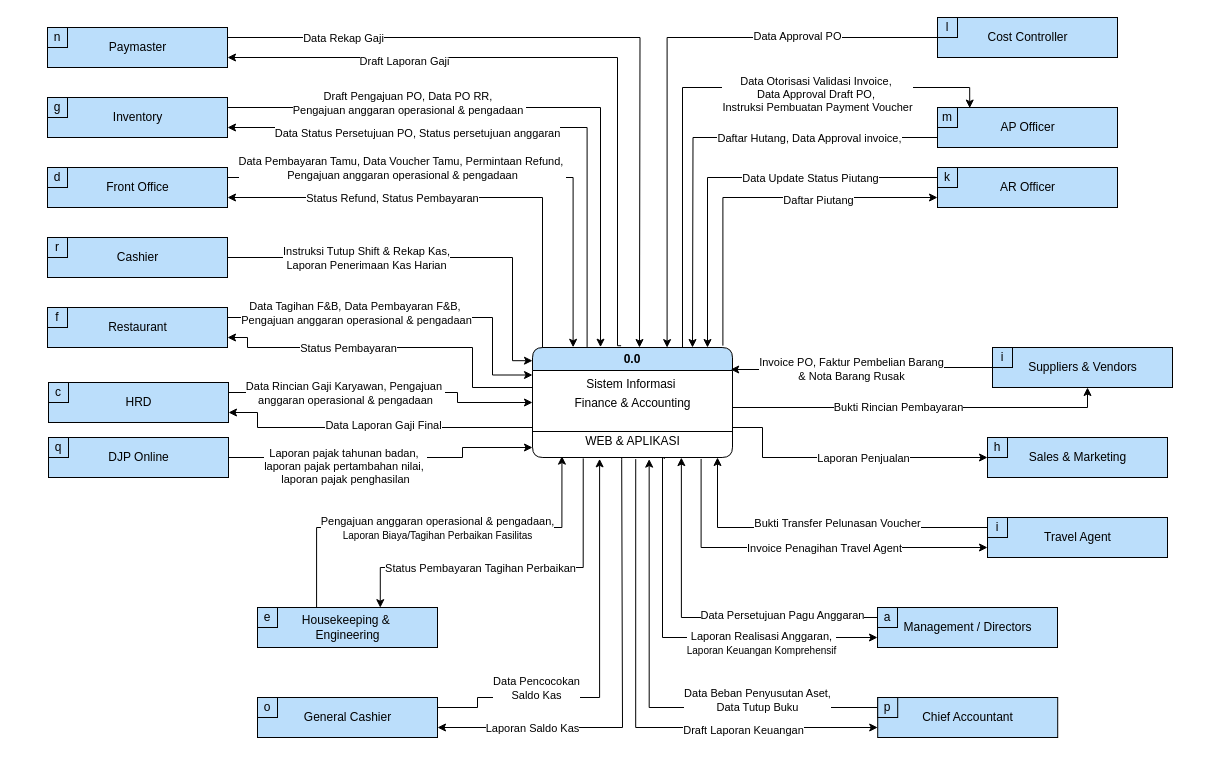
Earlier version of the draw.io diagram page "Diagram Konteks" (7 of 10) of DFD-FINANCE-MARU.drawio (elikawicaksana/BuildIT_BasisData). Source tidied: cells renumbered, new cells numbered last; positions are measured from the earlier drawing's top-left corner, leaving out a move shared by most shapes. Both pictures are drawn from the tidied source at 100%, with x=0, y=0 at pixel (47, 17).
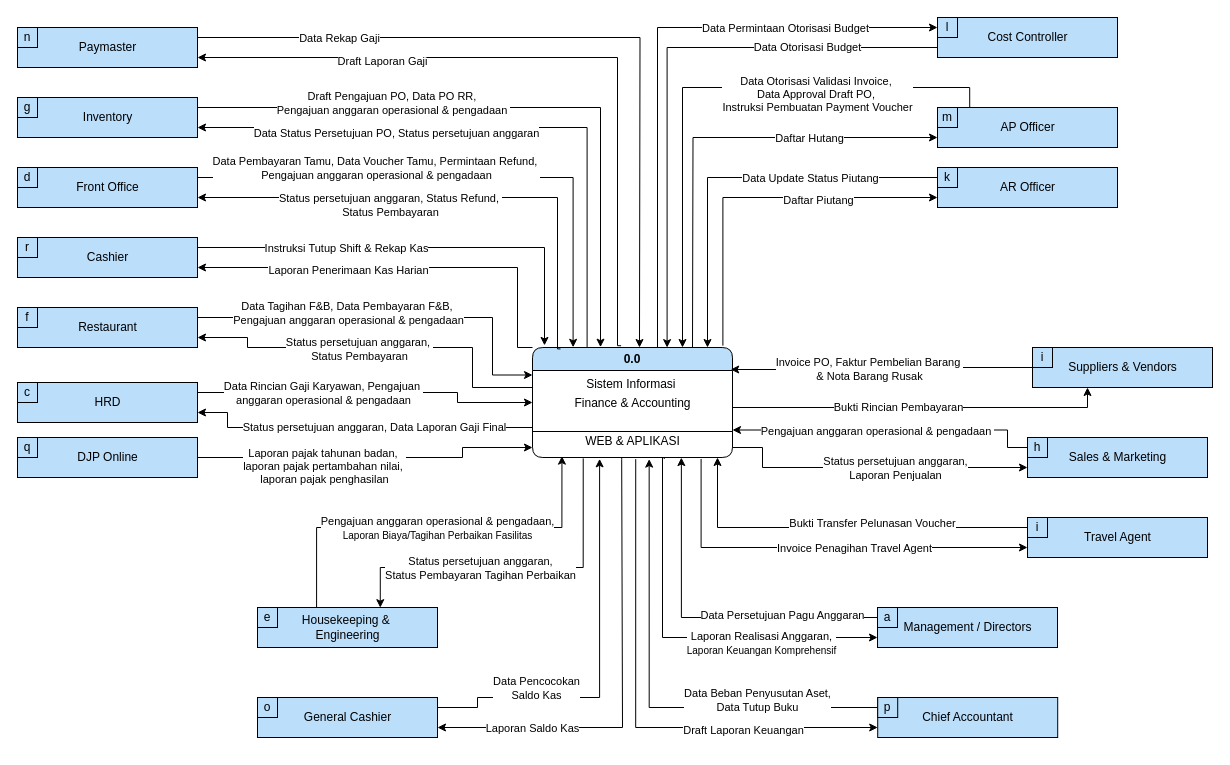
Above is the later version.

The change refers to these unchanged cells:
```xml
<mxCell id="3" value="0.0" style="swimlane;whiteSpace=wrap;html=1;fillColor=#bbdefb;rounded=1;" parent="2" vertex="1">
  <mxGeometry width="200" height="110" as="geometry" />
</mxCell>
<mxCell id="18" style="edgeStyle=orthogonalEdgeStyle;rounded=0;jettySize=auto;html=1;entryX=0.798;entryY=0.004;entryDx=0;entryDy=0;entryPerimeter=0;exitX=0.148;exitY=1.01;exitDx=0;exitDy=0;exitPerimeter=0;" parent="1" edge="1" source="4" target="59">
  <mxGeometry relative="1" as="geometry">
    <Array as="points">
      <mxPoint x="536" y="550" />
      <mxPoint x="333" y="550" />
    </Array>
  </mxGeometry>
</mxCell>
<mxCell id="38" style="edgeStyle=orthogonalEdgeStyle;rounded=0;jettySize=auto;html=1;exitX=1;exitY=0.25;exitDx=0;exitDy=0;" parent="1" edge="1" source="134">
  <mxGeometry relative="1" as="geometry">
    <mxPoint x="592" y="330" as="targetPoint" />
  </mxGeometry>
</mxCell>
<mxCell id="54" style="rounded=0;whiteSpace=wrap;html=1;fillColor=#bbdefb;" parent="53" vertex="1">
  <mxGeometry x="-30" width="180" height="40" as="geometry" />
</mxCell>
<mxCell id="62" style="rounded=0;whiteSpace=wrap;html=1;fillColor=#bbdefb;" parent="61" vertex="1">
  <mxGeometry x="-30" width="180" height="40" as="geometry" />
</mxCell>
<mxCell id="70" style="rounded=0;whiteSpace=wrap;html=1;fillColor=#bbdefb;" parent="69" vertex="1">
  <mxGeometry x="-30" width="180" height="40" as="geometry" />
</mxCell>
<mxCell id="72" value="h" style="rounded=0;whiteSpace=wrap;html=1;labelBackgroundColor=none;fillColor=light-dark(#bbdefb, #193750);strokeColor=#000000;" parent="69" vertex="1">
  <mxGeometry x="-30" width="20" height="20" as="geometry" />
</mxCell>
<mxCell id="90" style="rounded=0;whiteSpace=wrap;html=1;fillColor=#bbdefb;" parent="89" vertex="1">
  <mxGeometry x="-30" width="180" height="40" as="geometry" />
</mxCell>
<mxCell id="92" value="l" style="rounded=0;whiteSpace=wrap;html=1;labelBackgroundColor=none;fillColor=light-dark(#bbdefb, #193750);strokeColor=#000000;" parent="88" vertex="1">
  <mxGeometry width="20" height="20" as="geometry" />
</mxCell>
<mxCell id="95" style="rounded=0;whiteSpace=wrap;html=1;fillColor=#bbdefb;" parent="94" vertex="1">
  <mxGeometry x="-30" width="180" height="40" as="geometry" />
</mxCell>
<mxCell id="109" style="rounded=0;whiteSpace=wrap;html=1;fillColor=#bbdefb;" parent="108" vertex="1">
  <mxGeometry width="180" height="40" as="geometry" />
</mxCell>
<mxCell id="119" value="i" style="rounded=0;whiteSpace=wrap;html=1;labelBackgroundColor=none;fillColor=light-dark(#bbdefb, #193750);strokeColor=#000000;" parent="116" vertex="1">
  <mxGeometry width="20" height="20" as="geometry" />
</mxCell>
<mxCell id="128" style="edgeStyle=orthogonalEdgeStyle;rounded=0;jettySize=auto;html=1;entryX=0;entryY=0.25;entryDx=0;entryDy=0;exitX=1;exitY=0.25;exitDx=0;exitDy=0;" parent="1" edge="1" source="75" target="3">
  <mxGeometry relative="1" as="geometry">
    <Array as="points">
      <mxPoint x="445" y="300" />
      <mxPoint x="445" y="357" />
    </Array>
  </mxGeometry>
</mxCell>
<mxCell id="130" style="edgeStyle=orthogonalEdgeStyle;rounded=0;jettySize=auto;html=1;exitX=0;exitY=0.5;exitDx=0;exitDy=0;entryX=1;entryY=0.75;entryDx=0;entryDy=0;" parent="1" edge="1" source="3" target="75">
  <mxGeometry relative="1" as="geometry">
    <Array as="points">
      <mxPoint x="485" y="370" />
      <mxPoint x="425" y="370" />
      <mxPoint x="425" y="330" />
      <mxPoint x="200" y="330" />
      <mxPoint x="200" y="320" />
    </Array>
  </mxGeometry>
</mxCell>
```

What changed in the source:
```diff
@@
-    <mxCell id="10" style="edgeStyle=orthogonalEdgeStyle;rounded=0;jettySize=auto;html=1;endArrow=none;endFill=0;startArrow=classic;startFill=1;exitX=0;exitY=1;exitDx=0;exitDy=0;" parent="1" edge="1" source="72">
+    <mxCell id="10" style="edgeStyle=orthogonalEdgeStyle;rounded=0;jettySize=auto;html=1;endArrow=none;endFill=0;startArrow=classic;startFill=1;exitX=0;exitY=0.75;exitDx=0;exitDy=0;" parent="1" edge="1" source="70">
       <mxGeometry relative="1" as="geometry">
-        <mxPoint x="685" y="410" as="targetPoint" />
+        <mxPoint x="685" y="430" as="targetPoint" />
         <Array as="points">
-          <mxPoint x="715" y="440" />
-          <mxPoint x="715" y="410" />
+          <mxPoint x="715" y="450" />
+          <mxPoint x="715" y="430" />
         </Array>
       </mxGeometry>
     </mxCell>
-    <mxCell id="11" value="&lt;span&gt;Laporan Penjualan&lt;/span&gt;" style="edgeLabel;html=1;align=center;verticalAlign=middle;fontSize=11;" parent="10" vertex="1">
+    <mxCell id="11" value="Status persetujuan anggaran,&lt;div&gt;&lt;span&gt;Laporan Penjualan&lt;/span&gt;&lt;/div&gt;" style="edgeLabel;html=1;align=center;verticalAlign=middle;fontSize=11;" parent="10" vertex="1">
       <mxGeometry x="-0.44" y="-2" relative="1" as="geometry">
         <mxPoint x="-45" y="2" as="offset" />
       </mxGeometry>
     </mxCell>
@@
-    <mxCell id="19" value="&lt;font&gt;Status Pembayaran&amp;nbsp;&lt;/font&gt;&lt;span style=&quot;background-color: light-dark(#ffffff, var(--ge-dark-color, #121212)); color: light-dark(rgb(0, 0, 0), rgb(255, 255, 255));&quot;&gt;Tagihan Perbaikan&lt;/span&gt;" style="edgeLabel;html=1;align=center;verticalAlign=middle;fontSize=11;" parent="18" vertex="1">
+    <mxCell id="19" value="&lt;font&gt;Status persetujuan anggaran,&lt;/font&gt;&lt;div&gt;&lt;font&gt;Status Pembayaran&amp;nbsp;&lt;/font&gt;&lt;span style=&quot;background-color: light-dark(#ffffff, var(--ge-dark-color, #121212)); color: light-dark(rgb(0, 0, 0), rgb(255, 255, 255));&quot;&gt;Tagihan Perbaikan&lt;/span&gt;&lt;/div&gt;" style="edgeLabel;html=1;align=center;verticalAlign=middle;fontSize=11;" parent="18" vertex="1">
       <mxGeometry y="3" relative="1" as="geometry">
         <mxPoint x="-36" y="-3" as="offset" />
       </mxGeometry>
     </mxCell>
@@
-    <mxCell id="24" style="edgeStyle=orthogonalEdgeStyle;rounded=0;jettySize=auto;html=1;exitX=0;exitY=0.5;exitDx=0;exitDy=0;entryX=0.991;entryY=0.2;entryDx=0;entryDy=0;entryPerimeter=0;" parent="1" edge="1" target="3">
+    <mxCell id="24" style="edgeStyle=orthogonalEdgeStyle;rounded=0;jettySize=auto;html=1;exitX=0;exitY=1;exitDx=0;exitDy=0;entryX=0.991;entryY=0.2;entryDx=0;entryDy=0;entryPerimeter=0;" parent="1" edge="1" source="119" target="3">
       <mxGeometry relative="1" as="geometry">
-        <mxPoint x="945" y="350" as="sourcePoint" />
         <Array as="points">
           <mxPoint x="775" y="350" />
           <mxPoint x="775" y="352" />
         </Array>
       </mxGeometry>
     </mxCell>
-    <mxCell id="25" value="Invoice PO, Faktur Pembelian Barang&lt;div&gt;&amp;amp; Nota Barang Rusak&lt;/div&gt;" style="edgeLabel;html=1;align=center;verticalAlign=middle;" parent="24" vertex="1">
+    <mxCell id="25" value="Invoice PO, Faktur Pembelian Barang&amp;nbsp;&lt;div&gt;&lt;span style=&quot;background-color: light-dark(#ffffff, var(--ge-dark-color, #121212)); color: light-dark(rgb(0, 0, 0), rgb(255, 255, 255));&quot;&gt;&amp;amp; Nota Barang Rusak&lt;/span&gt;&lt;/div&gt;" style="edgeLabel;html=1;align=center;verticalAlign=middle;" parent="24" vertex="1">
       <mxGeometry x="0.08" y="1" relative="1" as="geometry" />
     </mxCell>
-    <mxCell id="26" style="edgeStyle=orthogonalEdgeStyle;rounded=0;jettySize=auto;html=1;entryX=1;entryY=0.75;entryDx=0;entryDy=0;" parent="1" edge="1" source="3" target="109">
+    <mxCell id="26" style="edgeStyle=orthogonalEdgeStyle;rounded=0;jettySize=auto;html=1;entryX=1;entryY=0.75;entryDx=0;entryDy=0;exitX=0.14;exitY=0.013;exitDx=0;exitDy=0;exitPerimeter=0;" parent="1" edge="1" source="3" target="109">
       <mxGeometry relative="1" as="geometry">
         <Array as="points">
-          <mxPoint x="495" y="180" />
+          <mxPoint x="510" y="331" />
+          <mxPoint x="510" y="180" />
         </Array>
       </mxGeometry>
     </mxCell>
-    <mxCell id="27" value="Status Refund, Status Pembayaran" style="edgeLabel;html=1;align=center;verticalAlign=middle;" parent="26" vertex="1">
+    <mxCell id="27" value="&lt;font&gt;Status persetujuan anggaran, Status Refund,&amp;nbsp;&lt;/font&gt;&lt;div&gt;&lt;font&gt;Status Pembayaran&lt;/font&gt;&lt;/div&gt;" style="edgeLabel;html=1;align=center;verticalAlign=middle;" parent="26" vertex="1">
       <mxGeometry x="-0.16" y="-2" relative="1" as="geometry">
-        <mxPoint x="-106" y="2" as="offset" />
+        <mxPoint x="-106" y="9" as="offset" />
       </mxGeometry>
     </mxCell>
-    <mxCell id="28" style="edgeStyle=orthogonalEdgeStyle;rounded=0;jettySize=auto;html=1;entryX=0.673;entryY=0.001;entryDx=0;entryDy=0;entryPerimeter=0;exitX=0;exitY=1;exitDx=0;exitDy=0;" parent="1" edge="1" source="92" target="3">
+    <mxCell id="28" style="edgeStyle=orthogonalEdgeStyle;rounded=0;jettySize=auto;html=1;entryX=0.673;entryY=0.001;entryDx=0;entryDy=0;entryPerimeter=0;exitX=0;exitY=0.75;exitDx=0;exitDy=0;" parent="1" edge="1" source="90" target="3">
       <mxGeometry relative="1" as="geometry">
         <Array as="points">
-          <mxPoint x="620" y="20" />
+          <mxPoint x="620" y="30" />
         </Array>
       </mxGeometry>
     </mxCell>
-    <mxCell id="29" value="Data Approval PO" style="edgeLabel;html=1;align=center;verticalAlign=middle;" parent="28" vertex="1">
+    <mxCell id="29" value="Data Otorisasi Budget" style="edgeLabel;html=1;align=center;verticalAlign=middle;" parent="28" vertex="1">
       <mxGeometry x="0.14" y="3" relative="1" as="geometry">
-        <mxPoint x="127" y="-62" as="offset" />
+        <mxPoint x="137" y="-55" as="offset" />
       </mxGeometry>
     </mxCell>
@@
-    <mxCell id="34" style="edgeStyle=orthogonalEdgeStyle;rounded=0;jettySize=auto;html=1;entryX=0.75;entryY=0;entryDx=0;entryDy=0;startArrow=classic;startFill=1;endArrow=none;endFill=0;exitX=0.179;exitY=0.014;exitDx=0;exitDy=0;exitPerimeter=0;" parent="1" edge="1" source="95" target="3">
+    <mxCell id="34" style="edgeStyle=orthogonalEdgeStyle;rounded=0;jettySize=auto;html=1;entryX=0.75;entryY=0;entryDx=0;entryDy=0;startArrow=none;startFill=0;endArrow=classic;endFill=1;exitX=0.179;exitY=0.014;exitDx=0;exitDy=0;exitPerimeter=0;" parent="1" edge="1" source="95" target="3">
       <mxGeometry relative="1" as="geometry" />
     </mxCell>
@@
-    <mxCell id="36" style="edgeStyle=orthogonalEdgeStyle;rounded=0;jettySize=auto;html=1;exitX=0;exitY=0.75;exitDx=0;exitDy=0;" parent="1" edge="1" source="95">
+    <mxCell id="36" style="edgeStyle=orthogonalEdgeStyle;rounded=0;jettySize=auto;html=1;exitX=0;exitY=0.75;exitDx=0;exitDy=0;startArrow=classic;startFill=1;endArrow=none;endFill=0;" parent="1" edge="1" source="95">
       <mxGeometry relative="1" as="geometry">
         <mxPoint x="645" y="330" as="targetPoint" />
       </mxGeometry>
     </mxCell>
-    <mxCell id="37" value="Daftar Hutang, Data Approval invoice," style="edgeLabel;html=1;align=center;verticalAlign=middle;" parent="36" vertex="1">
+    <mxCell id="37" value="Daftar Hutang" style="edgeLabel;html=1;align=center;verticalAlign=middle;" parent="36" vertex="1">
       <mxGeometry x="-0.43" relative="1" as="geometry">
         <mxPoint x="1" as="offset" />
       </mxGeometry>
     </mxCell>
@@
     <mxCell id="39" value="Data Rekap Gaji" style="edgeLabel;html=1;align=center;verticalAlign=middle;" parent="38" vertex="1">
       <mxGeometry x="-0.87" y="-2" relative="1" as="geometry">
-        <mxPoint x="68" y="-2" as="offset" />
+        <mxPoint x="92" y="-2" as="offset" />
       </mxGeometry>
     </mxCell>
@@
     <mxCell id="48" style="group;" parent="1" vertex="1">
-      <mxGeometry x="31" y="420" width="150" height="40" as="geometry" />
+      <mxGeometry y="420" width="150" height="40" as="geometry" />
     </mxCell>
@@
     <mxCell id="52" style="group;" parent="1" vertex="1">
-      <mxGeometry y="220" width="180" height="50" as="geometry" />
+      <mxGeometry x="-30" y="220" width="180" height="50" as="geometry" />
     </mxCell>
@@
     <mxCell id="61" style="group;" parent="1" vertex="1">
-      <mxGeometry x="31" y="365" width="150" height="40" as="geometry" />
+      <mxGeometry y="365" width="150" height="40" as="geometry" />
     </mxCell>
@@
     <mxCell id="69" style="group;" parent="1" vertex="1">
-      <mxGeometry x="970" y="420" width="150" height="40" as="geometry" />
+      <mxGeometry x="1010" y="420" width="150" height="40" as="geometry" />
     </mxCell>
@@
     <mxCell id="73" style="group;" parent="1" vertex="1">
-      <mxGeometry y="290" width="180" height="40" as="geometry" />
+      <mxGeometry x="-30" y="290" width="180" height="40" as="geometry" />
     </mxCell>
@@
     <mxCell id="78" style="group;" parent="1" vertex="1">
-      <mxGeometry x="940" y="500" width="180" height="40" as="geometry" />
+      <mxGeometry x="980" y="500" width="180" height="40" as="geometry" />
     </mxCell>
@@
     <mxCell id="108" style="group;" parent="1" vertex="1">
-      <mxGeometry y="150" width="180" height="40" as="geometry" />
+      <mxGeometry x="-30" y="150" width="180" height="40" as="geometry" />
     </mxCell>
@@
     <mxCell id="112" style="group;" parent="1" vertex="1">
-      <mxGeometry y="80" width="180" height="40" as="geometry" />
+      <mxGeometry x="-30" y="80" width="180" height="40" as="geometry" />
     </mxCell>
@@
     <mxCell id="116" style="group;" parent="1" vertex="1">
-      <mxGeometry x="945" y="330" width="180" height="40" as="geometry" />
+      <mxGeometry x="985" y="330" width="180" height="40" as="geometry" />
     </mxCell>
@@
     <mxCell id="124" style="edgeStyle=orthogonalEdgeStyle;rounded=0;jettySize=auto;html=1;exitX=0;exitY=0.5;exitDx=0;exitDy=0;entryX=1;entryY=0.75;entryDx=0;entryDy=0;" parent="1" edge="1" source="3" target="62">
       <mxGeometry relative="1" as="geometry">
         <Array as="points">
           <mxPoint x="485" y="410" />
-          <mxPoint x="210" y="410" />
-          <mxPoint x="210" y="395" />
+          <mxPoint x="180" y="410" />
+          <mxPoint x="180" y="395" />
         </Array>
       </mxGeometry>
     </mxCell>
-    <mxCell id="125" value="Data Laporan Gaji Final" style="edgeLabel;html=1;align=center;verticalAlign=middle;" parent="124" vertex="1">
-      <mxGeometry x="0.02" y="-3" relative="1" as="geometry" />
+    <mxCell id="125" value="Status persetujuan anggaran, Data Laporan Gaji Final" style="edgeLabel;html=1;align=center;verticalAlign=middle;" parent="124" vertex="1">
+      <mxGeometry x="0.02" y="-3" relative="1" as="geometry">
+        <mxPoint x="7" y="2" as="offset" />
+      </mxGeometry>
     </mxCell>
-    <mxCell id="126" style="edgeStyle=orthogonalEdgeStyle;rounded=0;jettySize=auto;html=1;entryX=0;entryY=0.12;entryDx=0;entryDy=0;entryPerimeter=0;" parent="1" edge="1" source="54" target="3">
+    <mxCell id="126" style="edgeStyle=orthogonalEdgeStyle;rounded=0;jettySize=auto;html=1;entryX=0.06;entryY=-0.019;entryDx=0;entryDy=0;entryPerimeter=0;exitX=1;exitY=0.25;exitDx=0;exitDy=0;" parent="1" edge="1" source="54" target="3">
       <mxGeometry relative="1" as="geometry">
         <Array as="points">
-          <mxPoint x="465" y="240" />
-          <mxPoint x="465" y="343" />
+          <mxPoint x="497" y="230" />
         </Array>
       </mxGeometry>
     </mxCell>
-    <mxCell id="127" value="Instruksi Tutup Shift &amp;amp; Rekap Kas,&lt;div&gt;Laporan Penerimaan Kas Harian&lt;/div&gt;" style="edgeLabel;html=1;align=center;verticalAlign=middle;fontSize=11;" parent="126" vertex="1">
+    <mxCell id="127" value="Instruksi Tutup Shift &amp;amp; Rekap Kas" style="edgeLabel;html=1;align=center;verticalAlign=middle;fontSize=11;" parent="126" vertex="1">
       <mxGeometry x="-0.46" y="2" relative="1" as="geometry">
         <mxPoint x="28" y="2" as="offset" />
       </mxGeometry>
     </mxCell>
@@
     <mxCell id="129" value="&lt;span&gt;Data Tagihan F&amp;amp;B,&amp;nbsp;&lt;/span&gt;Data Pembayaran F&amp;amp;B,&lt;span style=&quot;background-color: light-dark(#ffffff, var(--ge-dark-color, #121212)); color: light-dark(rgb(0, 0, 0), rgb(255, 255, 255));&quot;&gt;&amp;nbsp;&lt;/span&gt;&lt;div&gt;&lt;span style=&quot;color: light-dark(rgb(0, 0, 0), rgb(255, 255, 255)); background-color: light-dark(#ffffff, var(--ge-dark-color, #121212));&quot;&gt;Pengajuan&amp;nbsp;&lt;/span&gt;&lt;span style=&quot;background-color: light-dark(#ffffff, var(--ge-dark-color, #121212)); color: light-dark(rgb(0, 0, 0), rgb(255, 255, 255));&quot;&gt;anggaran operasional &amp;amp; pengadaan&lt;/span&gt;&lt;/div&gt;" style="edgeLabel;html=1;align=center;verticalAlign=middle;fontSize=11;" parent="128" vertex="1">
       <mxGeometry x="-0.32" y="-1" relative="1" as="geometry">
-        <mxPoint x="5" y="-6" as="offset" />
+        <mxPoint x="17" y="-6" as="offset" />
       </mxGeometry>
     </mxCell>
@@
-    <mxCell id="131" value="Status Pembayaran" style="edgeLabel;html=1;align=center;verticalAlign=middle;" parent="130" vertex="1">
+    <mxCell id="131" value="Status persetujuan anggaran,&amp;nbsp;&lt;div&gt;Status Pembayaran&lt;/div&gt;" style="edgeLabel;html=1;align=center;verticalAlign=middle;" parent="130" vertex="1">
       <mxGeometry x="0.23" y="-1" relative="1" as="geometry">
-        <mxPoint x="-12" y="1" as="offset" />
+        <mxPoint x="17" y="2" as="offset" />
       </mxGeometry>
     </mxCell>
     <mxCell id="132" style="group;" parent="1" vertex="1">
-      <mxGeometry y="10" width="180" height="50" as="geometry" />
+      <mxGeometry x="-30" y="10" width="180" height="50" as="geometry" />
     </mxCell>
@@
+    <mxCell id="143" style="edgeStyle=orthogonalEdgeStyle;rounded=0;jettySize=auto;html=1;exitX=0.5;exitY=0;exitDx=0;exitDy=0;entryX=0;entryY=0.5;entryDx=0;entryDy=0;" parent="1" edge="1" source="3" target="92">
+      <mxGeometry relative="1" as="geometry">
+        <Array as="points">
+          <mxPoint x="610" y="330" />
+          <mxPoint x="610" y="10" />
+        </Array>
+      </mxGeometry>
+    </mxCell>
+    <mxCell id="144" value="Data Permintaan Otorisasi Budget" style="edgeLabel;html=1;align=center;verticalAlign=middle;" parent="143" vertex="1">
+      <mxGeometry x="0.51" relative="1" as="geometry" />
+    </mxCell>
+    <mxCell id="145" style="edgeStyle=orthogonalEdgeStyle;rounded=0;jettySize=auto;html=1;entryX=1;entryY=0.75;entryDx=0;entryDy=0;exitX=0;exitY=0;exitDx=0;exitDy=0;" parent="1" edge="1" source="3" target="54">
+      <mxGeometry relative="1" as="geometry">
+        <Array as="points">
+          <mxPoint x="470" y="330" />
+          <mxPoint x="470" y="250" />
+        </Array>
+      </mxGeometry>
+    </mxCell>
+    <mxCell id="146" value="Laporan Penerimaan Kas Harian" style="edgeLabel;html=1;align=center;verticalAlign=middle;" parent="145" vertex="1">
+      <mxGeometry x="0.05" y="-2" relative="1" as="geometry">
+        <mxPoint x="-46" y="4" as="offset" />
+      </mxGeometry>
+    </mxCell>
+    <mxCell id="147" style="edgeStyle=orthogonalEdgeStyle;rounded=0;jettySize=auto;html=1;exitX=0;exitY=0.5;exitDx=0;exitDy=0;entryX=1;entryY=0.75;entryDx=0;entryDy=0;" parent="1" edge="1" source="72" target="3">
+      <mxGeometry relative="1" as="geometry">
+        <Array as="points">
+          <mxPoint x="960" y="430" />
+          <mxPoint x="960" y="412" />
+        </Array>
+      </mxGeometry>
+    </mxCell>
+    <mxCell id="148" value="&lt;span style=&quot;color: light-dark(rgb(0, 0, 0), rgb(255, 255, 255));&quot;&gt;Pengajuan anggaran operasional &amp;amp; pengadaan&lt;/span&gt;&lt;span style=&quot;color: light-dark(rgb(0, 0, 0), rgb(255, 255, 255));&quot;&gt;&amp;nbsp;&lt;/span&gt;" style="edgeLabel;html=1;align=center;verticalAlign=middle;" parent="147" vertex="1">
+      <mxGeometry x="-0.1" y="2" relative="1" as="geometry">
+        <mxPoint x="-27" y="-1" as="offset" />
+      </mxGeometry>
+    </mxCell>
```
